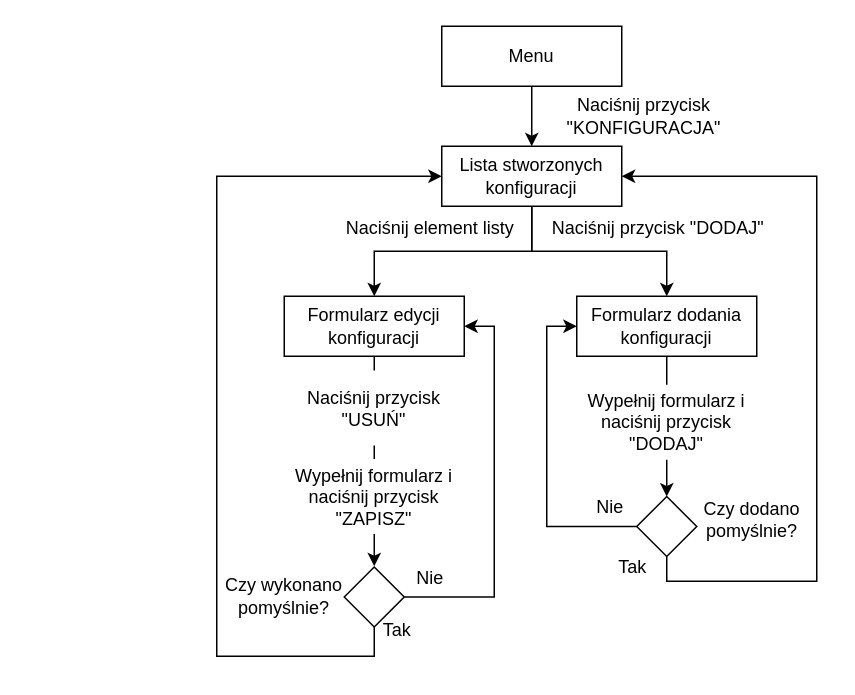
Earlier version of the draw.io diagram Diagram2_Konfiguracja.drawio (gdanielch9/Wykresy). Source tidied: cells renumbered, new cells numbered last; positions are measured from the earlier drawing's top-left corner, leaving out a move shared by most shapes. Both pictures are drawn from the tidied source at 150%, with x=0, y=0 at pixel (213, 26).
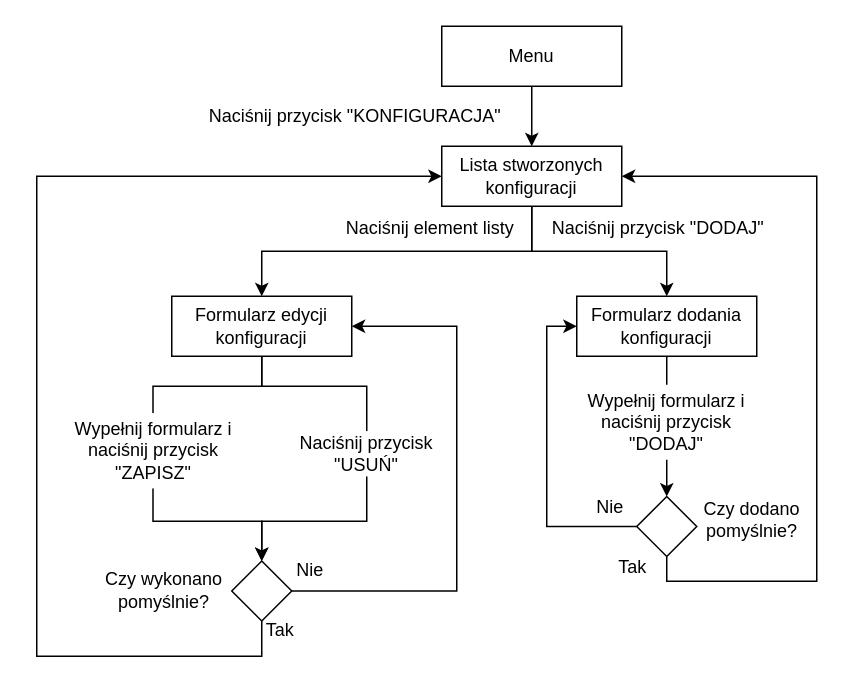
After the change.

Unchanged cells that the change refers to:
```xml
<mxCell id="6" value="Lista stworzonych konfiguracji" style="rounded=0;whiteSpace=wrap;html=1;" parent="1" vertex="1">
  <mxGeometry x="152" y="80" width="120" height="40" as="geometry" />
</mxCell>
```

Diff of the diagram source:
```diff
@@
     <mxCell id="5" style="edgeStyle=orthogonalEdgeStyle;rounded=0;jettySize=auto;html=1;entryX=0.5;entryY=0;entryDx=0;entryDy=0;" parent="1" edge="1" source="6" target="11">
-      <mxGeometry relative="1" as="geometry" />
+      <mxGeometry relative="1" as="geometry">
+        <Array as="points">
+          <mxPoint x="212" y="150" />
+          <mxPoint x="32" y="150" />
+        </Array>
+      </mxGeometry>
     </mxCell>
@@
     <mxCell id="7" value="Naciśnij przycisk &quot;KONFIGURACJA&quot;" style="text;html=1;strokeColor=none;fillColor=none;align=center;verticalAlign=middle;whiteSpace=wrap;rounded=0;" parent="1" vertex="1">
-      <mxGeometry x="222" y="45" width="130" height="30" as="geometry" />
+      <mxGeometry x="-8" y="45" width="205" height="30" as="geometry" />
     </mxCell>
@@
-    <mxCell id="10" style="edgeStyle=orthogonalEdgeStyle;rounded=0;jettySize=auto;html=1;" parent="1" edge="1" source="11">
-      <mxGeometry relative="1" as="geometry">
-        <mxPoint x="107" y="360" as="targetPoint" />
-        <Array as="points">
-          <mxPoint x="107" y="300" />
-          <mxPoint x="107" y="300" />
-        </Array>
-      </mxGeometry>
-    </mxCell>
+    <mxCell id="29" style="edgeStyle=orthogonalEdgeStyle;rounded=0;jettySize=auto;html=1;endArrow=none;endFill=0;" parent="1" edge="1" source="11" target="25">
+      <mxGeometry relative="1" as="geometry">
+        <Array as="points">
+          <mxPoint x="32" y="240" />
+          <mxPoint x="102" y="240" />
+        </Array>
+      </mxGeometry>
+    </mxCell>
+    <mxCell id="30" style="edgeStyle=orthogonalEdgeStyle;rounded=0;jettySize=auto;html=1;endArrow=none;endFill=0;" parent="1" edge="1" source="11" target="24">
+      <mxGeometry relative="1" as="geometry" />
+    </mxCell>
     <mxCell id="11" value="Formularz edycji konfiguracji" style="rounded=0;whiteSpace=wrap;html=1;" parent="1" vertex="1">
-      <mxGeometry x="47" y="180" width="120" height="40" as="geometry" />
+      <mxGeometry x="-28" y="180" width="120" height="40" as="geometry" />
     </mxCell>
@@
     <mxCell id="21" style="edgeStyle=orthogonalEdgeStyle;rounded=0;jettySize=auto;html=1;entryX=0;entryY=0.5;entryDx=0;entryDy=0;" parent="1" edge="1" source="23" target="6">
       <mxGeometry relative="1" as="geometry">
         <Array as="points">
-          <mxPoint x="107" y="420" />
-          <mxPoint x="2" y="420" />
-          <mxPoint x="2" y="100" />
+          <mxPoint x="32" y="420" />
+          <mxPoint x="-118" y="420" />
+          <mxPoint x="-118" y="100" />
         </Array>
       </mxGeometry>
     </mxCell>
     <mxCell id="22" style="edgeStyle=orthogonalEdgeStyle;rounded=0;jettySize=auto;html=1;entryX=1;entryY=0.5;entryDx=0;entryDy=0;" parent="1" edge="1" source="23" target="11">
       <mxGeometry relative="1" as="geometry">
         <Array as="points">
-          <mxPoint x="187" y="381" />
-          <mxPoint x="187" y="200" />
+          <mxPoint x="162" y="376" />
+          <mxPoint x="162" y="200" />
         </Array>
       </mxGeometry>
     </mxCell>
     <mxCell id="23" style="rhombus;whiteSpace=wrap;html=1;" parent="1" vertex="1">
-      <mxGeometry x="87" y="360.5" width="40" height="40" as="geometry" />
+      <mxGeometry x="12" y="356.5" width="40" height="40" as="geometry" />
     </mxCell>
+    <mxCell id="31" style="edgeStyle=orthogonalEdgeStyle;rounded=0;jettySize=auto;html=1;exitX=0.5;exitY=1;exitDx=0;exitDy=0;entryX=0.5;entryY=0;entryDx=0;entryDy=0;" parent="1" edge="1" source="24" target="23">
+      <mxGeometry relative="1" as="geometry">
+        <Array as="points">
+          <mxPoint x="-41" y="330" />
+          <mxPoint x="32" y="330" />
+        </Array>
+      </mxGeometry>
+    </mxCell>
     <mxCell id="24" value="&lt;span&gt;Wypełnij formularz i naciśnij przycisk &quot;ZAPISZ&quot;&lt;/span&gt;" style="text;html=1;align=center;verticalAlign=middle;whiteSpace=wrap;rounded=0;fillColor=#ffffff;" parent="1" vertex="1">
-      <mxGeometry x="47" y="288.5" width="120" height="50" as="geometry" />
+      <mxGeometry x="-100.5" y="258" width="120" height="50" as="geometry" />
     </mxCell>
+    <mxCell id="32" style="edgeStyle=orthogonalEdgeStyle;rounded=0;jettySize=auto;html=1;exitX=0.5;exitY=1;exitDx=0;exitDy=0;entryX=0.5;entryY=0;entryDx=0;entryDy=0;" parent="1" edge="1" source="25" target="23">
+      <mxGeometry relative="1" as="geometry">
+        <Array as="points">
+          <mxPoint x="102" y="330" />
+          <mxPoint x="32" y="330" />
+        </Array>
+      </mxGeometry>
+    </mxCell>
     <mxCell id="25" value="&lt;span&gt;Naciśnij przycisk &quot;USUŃ&quot;&lt;/span&gt;" style="text;html=1;align=center;verticalAlign=middle;whiteSpace=wrap;rounded=0;fillColor=#ffffff;" parent="1" vertex="1">
-      <mxGeometry x="57" y="229.5" width="100" height="50" as="geometry" />
+      <mxGeometry x="52" y="270" width="100" height="30" as="geometry" />
     </mxCell>
     <mxCell id="26" value="Czy wykonano pomyślnie?" style="text;html=1;strokeColor=none;fillColor=none;align=center;verticalAlign=middle;whiteSpace=wrap;rounded=0;" parent="1" vertex="1">
-      <mxGeometry y="359" width="94" height="42" as="geometry" />
+      <mxGeometry x="-80" y="354.5" width="94" height="42" as="geometry" />
     </mxCell>
     <mxCell id="27" value="Tak" style="text;html=1;strokeColor=none;fillColor=none;align=center;verticalAlign=middle;whiteSpace=wrap;rounded=0;" parent="1" vertex="1">
-      <mxGeometry x="99.5" y="390" width="45" height="25" as="geometry" />
+      <mxGeometry x="22" y="390" width="45" height="25" as="geometry" />
     </mxCell>
     <mxCell id="28" value="Nie" style="text;html=1;strokeColor=none;fillColor=none;align=center;verticalAlign=middle;whiteSpace=wrap;rounded=0;" parent="1" vertex="1">
-      <mxGeometry x="122" y="355" width="45" height="25" as="geometry" />
+      <mxGeometry x="42" y="350.5" width="45" height="25" as="geometry" />
     </mxCell>
```
